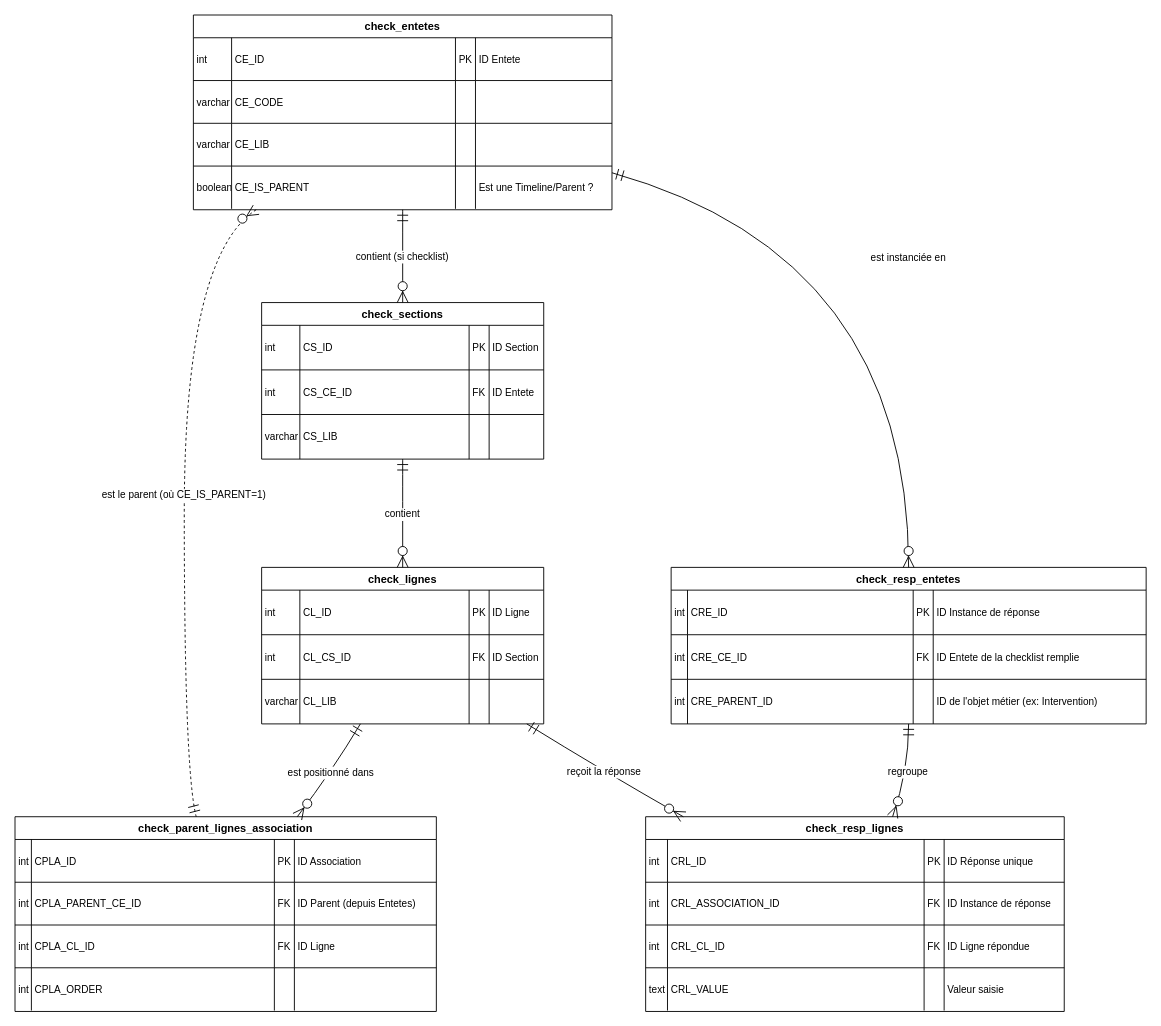
Earlier version of the draw.io diagram flux_parent_checklist.drawio (antikkorps/schema_checklist). Source tidied: cells renumbered, new cells numbered last; positions are measured from the earlier drawing's top-left corner, leaving out a move shared by most shapes. Both pictures are drawn from the tidied source at 91%, with x=0, y=0 at pixel (15, 15).
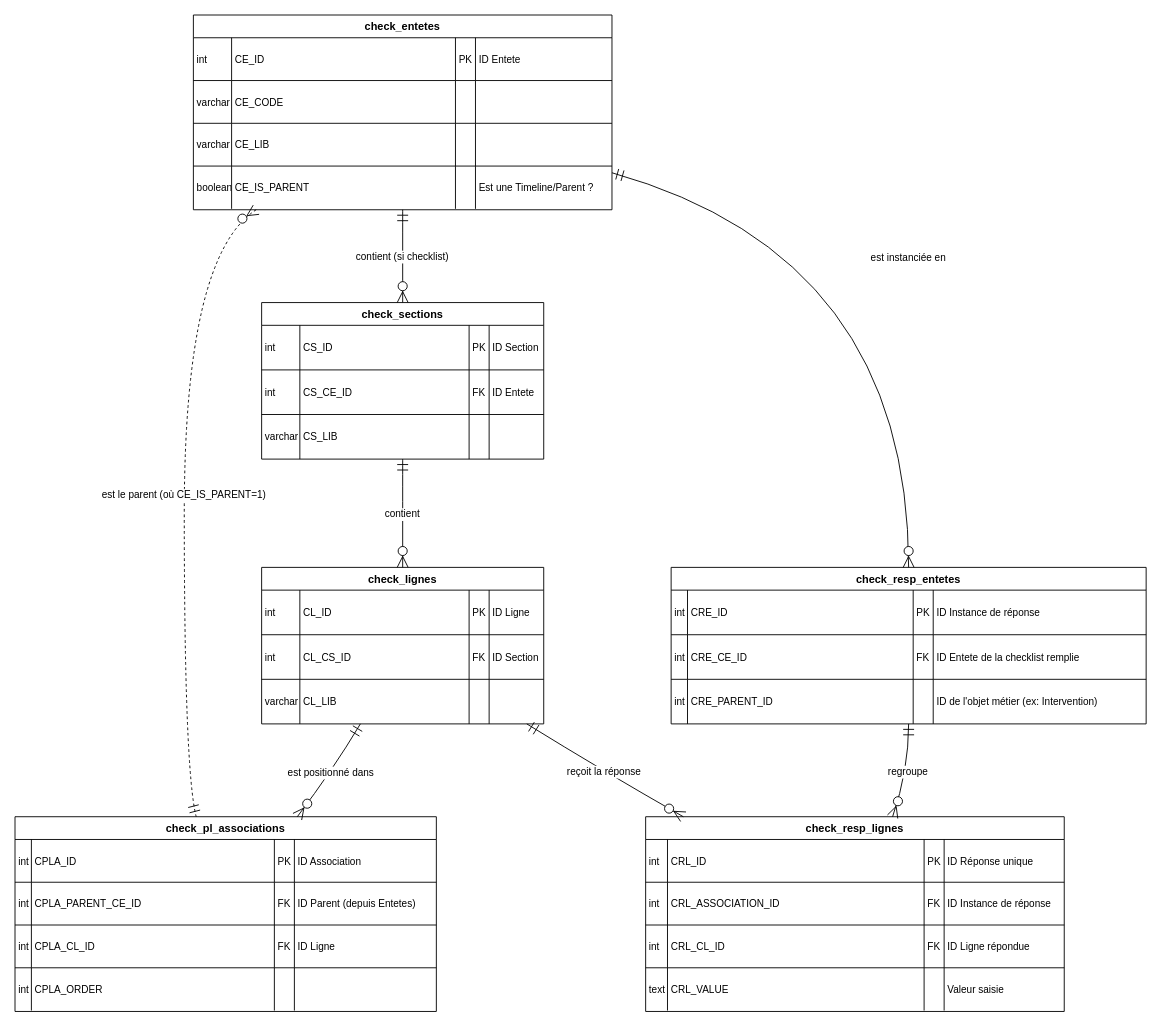
The same diagram, later.

Commit message:
Mettre à jour flux_parent_checklist.drawio

Diff of the diagram source:
```diff
@@
-    <mxCell id="55" value="check_parent_lignes_association" style="shape=table;startSize=25;childLayout=tableLayout;rowLines=1;fontStyle=1;align=center;" parent="1" vertex="1">
+    <mxCell id="55" value="check_pl_associations" style="shape=table;startSize=25;childLayout=tableLayout;rowLines=1;fontStyle=1;align=center;" parent="1" vertex="1">
       <mxGeometry y="881" width="463" height="214" as="geometry" />
     </mxCell>
```
